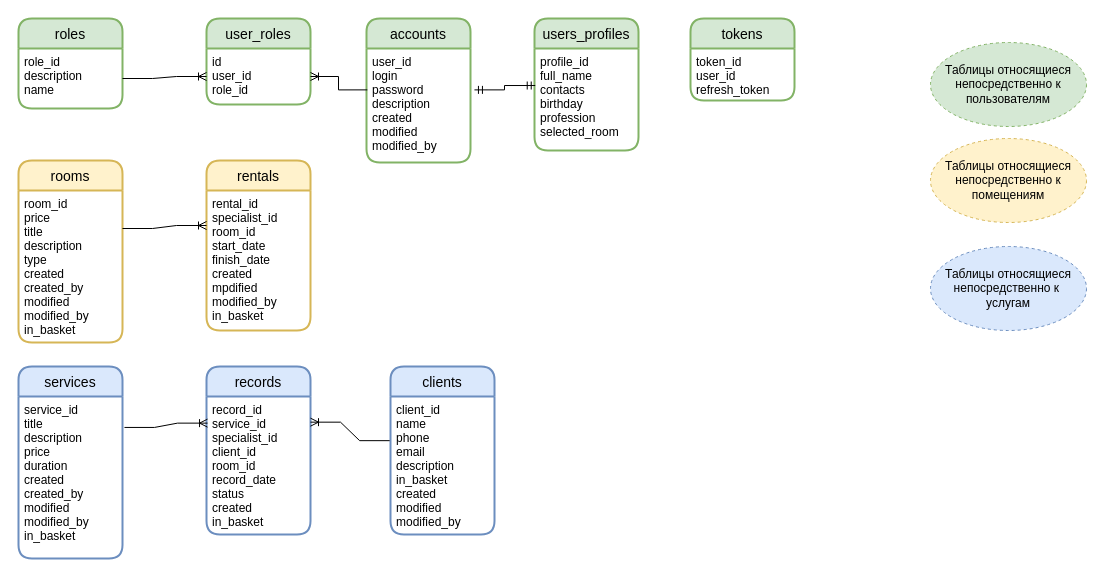
LeksinaAnna/self-employed-services keeps this draw.io diagram as db_schema.drawio. Above is the earlier version. Source tidied: cells renumbered, new cells numbered last; positions are measured from the earlier drawing's top-left corner, leaving out a move shared by most shapes. Both pictures are drawn from the tidied source at 100%, with x=0, y=0 at pixel (18, 18).
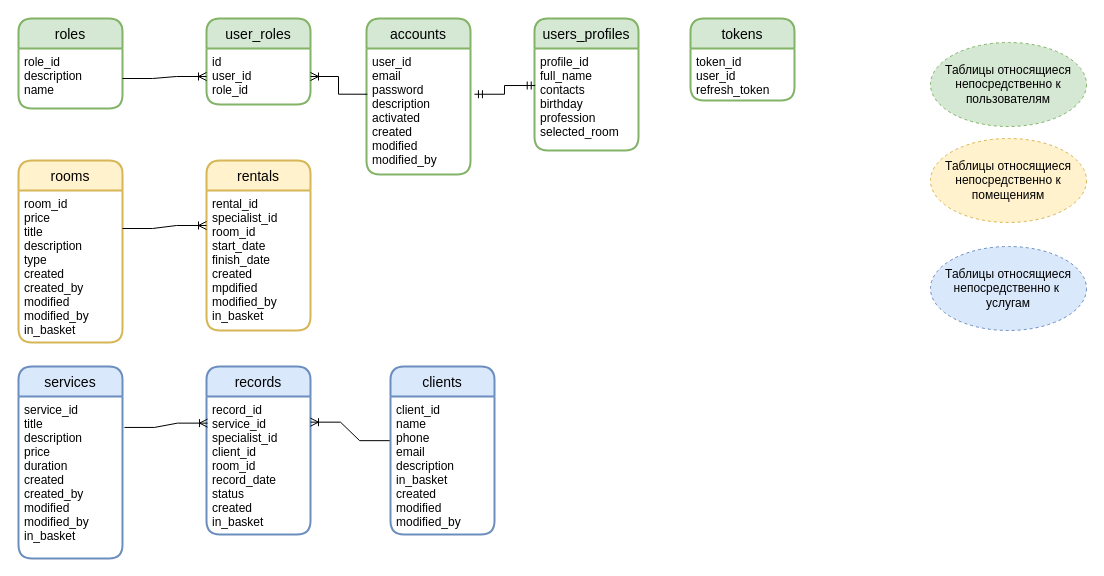
The same page after the edit.

Diff of the diagram source:
```diff
@@
     <mxCell id="2" value="accounts" style="swimlane;horizontal=1;startSize=30;rounded=1;fontSize=14;fontStyle=0;strokeWidth=2;shadow=0;dashed=0;align=center;fillColor=#d5e8d4;strokeColor=#82b366;" parent="1" vertex="1">
-      <mxGeometry x="348" width="104" height="144" as="geometry" />
+      <mxGeometry x="348" width="104" height="156" as="geometry" />
     </mxCell>
-    <mxCell id="3" value="user_id&#10;login&#10;password&#10;description&#10;created&#10;modified&#10;modified_by" style="align=left;strokeColor=none;fillColor=none;spacingLeft=4;fontSize=12;verticalAlign=top;" parent="2" vertex="1">
-      <mxGeometry y="30" width="104" height="114" as="geometry" />
+    <mxCell id="3" value="user_id&#10;email&#10;password&#10;description&#10;activated&#10;created&#10;modified&#10;modified_by" style="align=left;strokeColor=none;fillColor=none;spacingLeft=4;fontSize=12;verticalAlign=top;" parent="2" vertex="1">
+      <mxGeometry y="30" width="104" height="126" as="geometry" />
     </mxCell>
```
